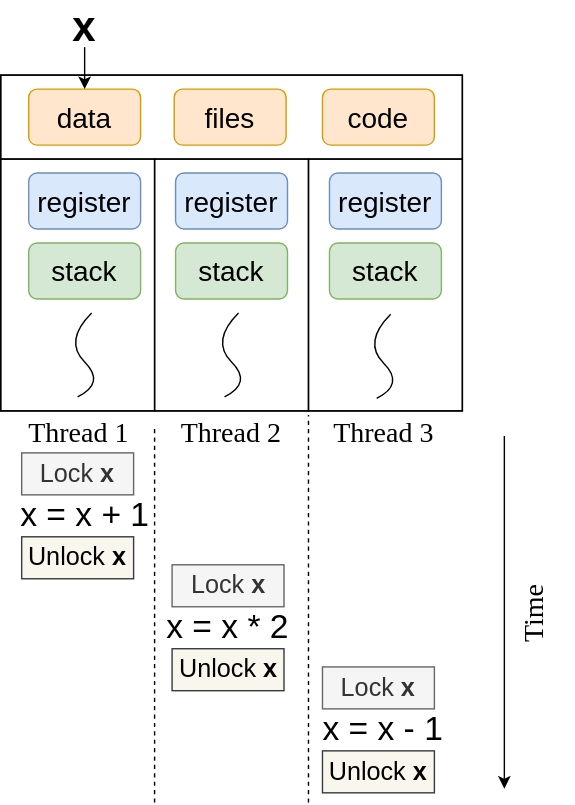
This is img/ch-intro/thread-lock.svg from godaai/scale-py-zh, a draw.io export, as it was before one commit. Source tidied: cells renumbered, new cells last; positions are measured from the earlier drawing's top-left corner, leaving out a move shared by most shapes.
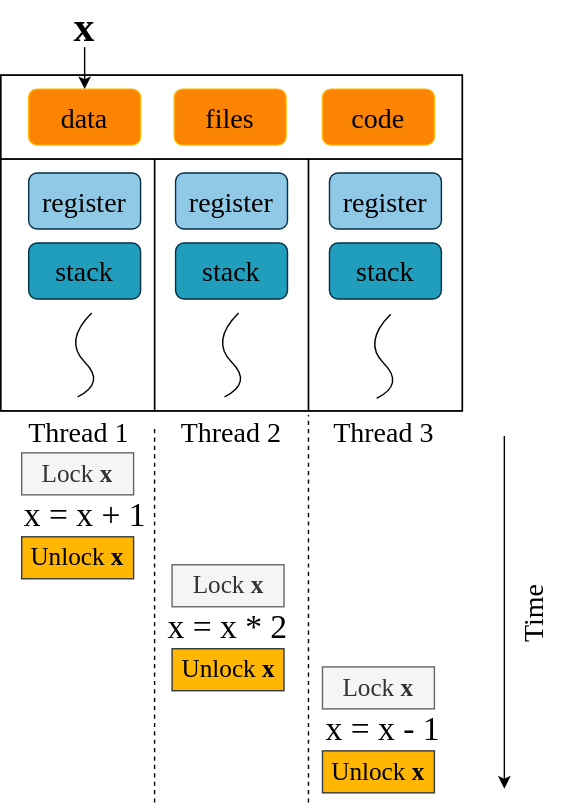
The same diagram one commit later.

The edit, as a diff of the source:
```diff
@@ -2,25 +2,25 @@
   <root>
     <mxCell id="0" />
     <mxCell id="1" parent="0" />
-    <mxCell id="2" style="rounded=0;whiteSpace=wrap;html=1;fontSize=18;fillColor=none;" parent="1" vertex="1">
+    <mxCell id="2" style="rounded=0;whiteSpace=wrap;html=1;fontSize=18;fillColor=none;fontFamily=Times New Roman;" parent="1" vertex="1">
       <mxGeometry x="220" y="110" width="110" height="180" as="geometry" />
     </mxCell>
-    <mxCell id="3" style="rounded=0;whiteSpace=wrap;html=1;fontSize=18;fillColor=none;" parent="1" vertex="1">
+    <mxCell id="3" style="rounded=0;whiteSpace=wrap;html=1;fontSize=18;fillColor=none;fontFamily=Times New Roman;" parent="1" vertex="1">
       <mxGeometry y="110" width="110" height="180" as="geometry" />
     </mxCell>
-    <mxCell id="4" style="rounded=0;whiteSpace=wrap;html=1;fillColor=none;" parent="1" vertex="1">
+    <mxCell id="4" style="rounded=0;whiteSpace=wrap;html=1;fillColor=none;fontFamily=Times New Roman;" parent="1" vertex="1">
       <mxGeometry y="50" width="330" height="240" as="geometry" />
     </mxCell>
-    <mxCell id="5" style="rounded=0;whiteSpace=wrap;html=1;fillColor=none;" parent="1" vertex="1">
+    <mxCell id="5" style="rounded=0;whiteSpace=wrap;html=1;fillColor=none;fontFamily=Times New Roman;" parent="1" vertex="1">
       <mxGeometry y="50" width="330" height="60" as="geometry" />
     </mxCell>
-    <mxCell id="6" value="data" style="rounded=1;whiteSpace=wrap;html=1;fillColor=#ffe6cc;strokeColor=#d79b00;fontSize=20;" parent="1" vertex="1">
+    <mxCell id="6" value="data" style="rounded=1;whiteSpace=wrap;html=1;fillColor=#FB8402;strokeColor=#FFB703;fontSize=20;fontFamily=Times New Roman;" parent="1" vertex="1">
       <mxGeometry x="20" y="60" width="80" height="40" as="geometry" />
     </mxCell>
-    <mxCell id="7" value="files" style="rounded=1;whiteSpace=wrap;html=1;fillColor=#ffe6cc;strokeColor=#d79b00;fontSize=20;" parent="1" vertex="1">
+    <mxCell id="7" value="files" style="rounded=1;whiteSpace=wrap;html=1;fillColor=#FB8402;strokeColor=#FFB703;fontSize=20;fontFamily=Times New Roman;" parent="1" vertex="1">
       <mxGeometry x="124" y="60" width="80" height="40" as="geometry" />
     </mxCell>
-    <mxCell id="8" style="curved=1;endArrow=none;html=1;rounded=0;fontSize=18;endFill=0;" parent="1" edge="1">
+    <mxCell id="8" style="curved=1;endArrow=none;html=1;rounded=0;fontSize=18;endFill=0;fontFamily=Times New Roman;" parent="1" edge="1">
       <mxGeometry x="0.54" y="-7" relative="1" as="geometry">
         <mxPoint x="55" y="280" as="sourcePoint" />
         <mxPoint x="65" y="220" as="targetPoint" />
@@ -30,13 +30,13 @@
         </Array>
       </mxGeometry>
     </mxCell>
-    <mxCell id="9" value="code" style="rounded=1;whiteSpace=wrap;html=1;fillColor=#ffe6cc;strokeColor=#d79b00;fontSize=20;" parent="1" vertex="1">
+    <mxCell id="9" value="code" style="rounded=1;whiteSpace=wrap;html=1;fillColor=#FB8402;strokeColor=#FFB703;fontSize=20;fontFamily=Times New Roman;" parent="1" vertex="1">
       <mxGeometry x="230" y="60" width="80" height="40" as="geometry" />
     </mxCell>
-    <mxCell id="10" style="rounded=0;whiteSpace=wrap;html=1;fontSize=18;fillColor=none;" parent="1" vertex="1">
+    <mxCell id="10" style="rounded=0;whiteSpace=wrap;html=1;fontSize=18;fillColor=none;fontFamily=Times New Roman;" parent="1" vertex="1">
       <mxGeometry x="110" y="110" width="110" height="180" as="geometry" />
     </mxCell>
-    <mxCell id="11" style="curved=1;endArrow=none;html=1;rounded=0;fontSize=18;endFill=0;" parent="1" edge="1">
+    <mxCell id="11" style="curved=1;endArrow=none;html=1;rounded=0;fontSize=18;endFill=0;fontFamily=Times New Roman;" parent="1" edge="1">
       <mxGeometry x="0.57" y="-6" relative="1" as="geometry">
         <mxPoint x="160" y="280" as="sourcePoint" />
         <mxPoint x="170" y="220" as="targetPoint" />
@@ -46,7 +46,7 @@
         </Array>
       </mxGeometry>
     </mxCell>
-    <mxCell id="12" style="curved=1;endArrow=none;html=1;rounded=0;fontSize=18;endFill=0;" parent="1" edge="1">
+    <mxCell id="12" style="curved=1;endArrow=none;html=1;rounded=0;fontSize=18;endFill=0;fontFamily=Times New Roman;" parent="1" edge="1">
       <mxGeometry relative="1" as="geometry">
         <mxPoint x="268.8" y="281" as="sourcePoint" />
         <mxPoint x="278.8" y="221" as="targetPoint" />
@@ -56,85 +56,85 @@
         </Array>
       </mxGeometry>
     </mxCell>
-    <mxCell id="13" value="register" style="rounded=1;whiteSpace=wrap;html=1;fontSize=20;fillColor=#dae8fc;strokeColor=#6c8ebf;" parent="1" vertex="1">
+    <mxCell id="13" value="register" style="rounded=1;whiteSpace=wrap;html=1;fontSize=20;fillColor=#90C9E6;strokeColor=#023047;fontFamily=Times New Roman;" parent="1" vertex="1">
       <mxGeometry x="20" y="120" width="80" height="40" as="geometry" />
     </mxCell>
-    <mxCell id="14" value="register" style="rounded=1;whiteSpace=wrap;html=1;fontSize=20;fillColor=#dae8fc;strokeColor=#6c8ebf;" parent="1" vertex="1">
+    <mxCell id="14" value="register" style="rounded=1;whiteSpace=wrap;html=1;fontSize=20;fillColor=#90C9E6;strokeColor=#023047;fontFamily=Times New Roman;" parent="1" vertex="1">
       <mxGeometry x="125" y="120" width="80" height="40" as="geometry" />
     </mxCell>
-    <mxCell id="15" value="register" style="rounded=1;whiteSpace=wrap;html=1;fontSize=20;fillColor=#dae8fc;strokeColor=#6c8ebf;" parent="1" vertex="1">
+    <mxCell id="15" value="register" style="rounded=1;whiteSpace=wrap;html=1;fontSize=20;fillColor=#90C9E6;strokeColor=#023047;fontFamily=Times New Roman;" parent="1" vertex="1">
       <mxGeometry x="235" y="120" width="80" height="40" as="geometry" />
     </mxCell>
-    <mxCell id="16" value="stack" style="rounded=1;whiteSpace=wrap;html=1;fontSize=20;fillColor=#d5e8d4;strokeColor=#82b366;" parent="1" vertex="1">
+    <mxCell id="16" value="stack" style="rounded=1;whiteSpace=wrap;html=1;fontSize=20;fillColor=#219EBC;strokeColor=#023047;fontFamily=Times New Roman;" parent="1" vertex="1">
       <mxGeometry x="20" y="170" width="80" height="40" as="geometry" />
     </mxCell>
-    <mxCell id="17" value="stack" style="rounded=1;whiteSpace=wrap;html=1;fontSize=20;fillColor=#d5e8d4;strokeColor=#82b366;" parent="1" vertex="1">
+    <mxCell id="17" value="stack" style="rounded=1;whiteSpace=wrap;html=1;fontSize=20;fillColor=#219EBC;strokeColor=#023047;fontFamily=Times New Roman;" parent="1" vertex="1">
       <mxGeometry x="125" y="170" width="80" height="40" as="geometry" />
     </mxCell>
-    <mxCell id="18" value="stack" style="rounded=1;whiteSpace=wrap;html=1;fontSize=20;fillColor=#d5e8d4;strokeColor=#82b366;" parent="1" vertex="1">
+    <mxCell id="18" value="stack" style="rounded=1;whiteSpace=wrap;html=1;fontSize=20;fillColor=#219EBC;strokeColor=#023047;fontFamily=Times New Roman;" parent="1" vertex="1">
       <mxGeometry x="235" y="170" width="80" height="40" as="geometry" />
     </mxCell>
-    <mxCell id="19" value="&lt;font size=&quot;1&quot; style=&quot;&quot;&gt;&lt;b style=&quot;font-size: 30px;&quot;&gt;x&lt;/b&gt;&lt;/font&gt;" style="text;html=1;strokeColor=none;fillColor=none;align=center;verticalAlign=middle;whiteSpace=wrap;rounded=0;" parent="1" vertex="1">
+    <mxCell id="19" value="&lt;font size=&quot;1&quot; style=&quot;&quot;&gt;&lt;b style=&quot;font-size: 30px;&quot;&gt;x&lt;/b&gt;&lt;/font&gt;" style="text;html=1;strokeColor=none;fillColor=none;align=center;verticalAlign=middle;whiteSpace=wrap;rounded=0;fontFamily=Times New Roman;" parent="1" vertex="1">
       <mxGeometry x="30" width="60" height="30" as="geometry" />
     </mxCell>
-    <mxCell id="20" style="endArrow=classic;html=1;rounded=0;fontSize=24;exitX=0.5;exitY=1;exitDx=0;exitDy=0;" parent="1" edge="1" source="19" target="6">
+    <mxCell id="20" style="endArrow=classic;html=1;rounded=0;fontSize=24;exitX=0.5;exitY=1;exitDx=0;exitDy=0;fontFamily=Times New Roman;" parent="1" edge="1" source="19" target="6">
       <mxGeometry relative="1" as="geometry" />
     </mxCell>
-    <mxCell id="21" value="x = x + 1" style="text;html=1;strokeColor=none;fillColor=none;align=center;verticalAlign=middle;whiteSpace=wrap;rounded=0;fontSize=24;" parent="1" vertex="1">
+    <mxCell id="21" value="x = x + 1" style="text;html=1;strokeColor=none;fillColor=none;align=center;verticalAlign=middle;whiteSpace=wrap;rounded=0;fontSize=24;fontFamily=Times New Roman;" parent="1" vertex="1">
       <mxGeometry x="12.5" y="350" width="95" height="30" as="geometry" />
     </mxCell>
-    <mxCell id="22" value="x = x * 2" style="text;html=1;strokeColor=none;fillColor=none;align=center;verticalAlign=middle;whiteSpace=wrap;rounded=0;fontSize=24;" parent="1" vertex="1">
+    <mxCell id="22" value="x = x * 2" style="text;html=1;strokeColor=none;fillColor=none;align=center;verticalAlign=middle;whiteSpace=wrap;rounded=0;fontSize=24;fontFamily=Times New Roman;" parent="1" vertex="1">
       <mxGeometry x="115" y="430" width="95" height="30" as="geometry" />
     </mxCell>
-    <mxCell id="23" value="x = x - 1" style="text;html=1;strokeColor=none;fillColor=none;align=center;verticalAlign=middle;whiteSpace=wrap;rounded=0;fontSize=24;" parent="1" vertex="1">
+    <mxCell id="23" value="x = x - 1" style="text;html=1;strokeColor=none;fillColor=none;align=center;verticalAlign=middle;whiteSpace=wrap;rounded=0;fontSize=24;fontFamily=Times New Roman;" parent="1" vertex="1">
       <mxGeometry x="226.2" y="503" width="95" height="30" as="geometry" />
     </mxCell>
-    <mxCell id="24" style="endArrow=classic;html=1;rounded=0;fontSize=24;" parent="1" edge="1">
+    <mxCell id="24" style="endArrow=classic;html=1;rounded=0;fontSize=24;fontFamily=Times New Roman;" parent="1" edge="1">
       <mxGeometry relative="1" as="geometry">
         <mxPoint x="360" y="308" as="sourcePoint" />
         <mxPoint x="360" y="560" as="targetPoint" />
       </mxGeometry>
     </mxCell>
-    <mxCell id="25" style="endArrow=none;dashed=1;html=1;rounded=0;fontSize=24;" parent="1" edge="1">
+    <mxCell id="25" style="endArrow=none;dashed=1;html=1;rounded=0;fontSize=24;fontFamily=Times New Roman;" parent="1" edge="1">
       <mxGeometry relative="1" as="geometry">
         <mxPoint x="110" y="570" as="sourcePoint" />
         <mxPoint x="110" y="301" as="targetPoint" />
       </mxGeometry>
     </mxCell>
-    <mxCell id="26" style="endArrow=none;dashed=1;html=1;rounded=0;fontSize=24;" parent="1" edge="1">
+    <mxCell id="26" style="endArrow=none;dashed=1;html=1;rounded=0;fontSize=24;fontFamily=Times New Roman;" parent="1" edge="1">
       <mxGeometry relative="1" as="geometry">
         <mxPoint x="220" y="570" as="sourcePoint" />
         <mxPoint x="220" y="293" as="targetPoint" />
       </mxGeometry>
     </mxCell>
-    <mxCell id="27" value="&lt;font style=&quot;font-size: 20px;&quot; face=&quot;Tahoma&quot;&gt;Thread 1&lt;/font&gt;" style="text;html=1;strokeColor=none;fillColor=none;align=center;verticalAlign=middle;whiteSpace=wrap;rounded=0;fontSize=24;" parent="1" vertex="1">
+    <mxCell id="27" value="&lt;font style=&quot;font-size: 20px;&quot;&gt;Thread 1&lt;/font&gt;" style="text;html=1;strokeColor=none;fillColor=none;align=center;verticalAlign=middle;whiteSpace=wrap;rounded=0;fontSize=24;fontFamily=Times New Roman;" parent="1" vertex="1">
       <mxGeometry x="6.2" y="290" width="100" height="30" as="geometry" />
     </mxCell>
-    <mxCell id="28" value="&lt;font style=&quot;font-size: 20px;&quot; face=&quot;Tahoma&quot;&gt;Thread 2&lt;/font&gt;" style="text;html=1;strokeColor=none;fillColor=none;align=center;verticalAlign=middle;whiteSpace=wrap;rounded=0;fontSize=24;" parent="1" vertex="1">
+    <mxCell id="28" value="&lt;font style=&quot;font-size: 20px;&quot;&gt;Thread 2&lt;/font&gt;" style="text;html=1;strokeColor=none;fillColor=none;align=center;verticalAlign=middle;whiteSpace=wrap;rounded=0;fontSize=24;fontFamily=Times New Roman;" parent="1" vertex="1">
       <mxGeometry x="115" y="290" width="100" height="30" as="geometry" />
     </mxCell>
-    <mxCell id="29" value="&lt;font style=&quot;font-size: 20px;&quot; face=&quot;Tahoma&quot;&gt;Thread 3&lt;/font&gt;" style="text;html=1;strokeColor=none;fillColor=none;align=center;verticalAlign=middle;whiteSpace=wrap;rounded=0;fontSize=24;" parent="1" vertex="1">
+    <mxCell id="29" value="&lt;font style=&quot;font-size: 20px;&quot;&gt;Thread 3&lt;/font&gt;" style="text;html=1;strokeColor=none;fillColor=none;align=center;verticalAlign=middle;whiteSpace=wrap;rounded=0;fontSize=24;fontFamily=Times New Roman;" parent="1" vertex="1">
       <mxGeometry x="223.8" y="290" width="100" height="30" as="geometry" />
     </mxCell>
-    <mxCell id="30" value="Time" style="text;html=1;strokeColor=none;fillColor=none;align=center;verticalAlign=middle;whiteSpace=wrap;rounded=0;fontFamily=Tahoma;fontSize=20;horizontal=0;" parent="1" vertex="1">
+    <mxCell id="30" value="Time" style="text;html=1;strokeColor=none;fillColor=none;align=center;verticalAlign=middle;whiteSpace=wrap;rounded=0;fontFamily=Times New Roman;fontSize=20;horizontal=0;" parent="1" vertex="1">
       <mxGeometry x="350" y="420" width="60" height="30" as="geometry" />
     </mxCell>
-    <mxCell id="31" value="&lt;font style=&quot;font-size: 18px;&quot;&gt;Lock &lt;b&gt;x&lt;/b&gt;&lt;/font&gt;" style="rounded=0;whiteSpace=wrap;html=1;fillColor=#f5f5f5;fontColor=#333333;strokeColor=#666666;" parent="1" vertex="1">
+    <mxCell id="31" value="&lt;font style=&quot;font-size: 18px;&quot;&gt;Lock &lt;b&gt;x&lt;/b&gt;&lt;/font&gt;" style="rounded=0;whiteSpace=wrap;html=1;fillColor=#f5f5f5;fontColor=#333333;strokeColor=#666666;fontFamily=Times New Roman;" parent="1" vertex="1">
       <mxGeometry x="15" y="320" width="80" height="30" as="geometry" />
     </mxCell>
-    <mxCell id="32" value="&lt;font style=&quot;font-size: 18px;&quot;&gt;Unlock &lt;b&gt;x&lt;/b&gt;&lt;/font&gt;" style="rounded=0;whiteSpace=wrap;html=1;fillColor=#f9f7ed;strokeColor=#36393d;" parent="1" vertex="1">
+    <mxCell id="32" value="&lt;font style=&quot;font-size: 18px;&quot;&gt;Unlock &lt;b&gt;x&lt;/b&gt;&lt;/font&gt;" style="rounded=0;whiteSpace=wrap;html=1;fillColor=#FFB703;strokeColor=#36393d;fontFamily=Times New Roman;" parent="1" vertex="1">
       <mxGeometry x="15" y="380" width="80" height="30" as="geometry" />
     </mxCell>
-    <mxCell id="33" value="&lt;font style=&quot;font-size: 18px;&quot;&gt;Lock &lt;b&gt;x&lt;/b&gt;&lt;/font&gt;" style="rounded=0;whiteSpace=wrap;html=1;fillColor=#f5f5f5;fontColor=#333333;strokeColor=#666666;" parent="1" vertex="1">
+    <mxCell id="33" value="&lt;font style=&quot;font-size: 18px;&quot;&gt;Lock &lt;b&gt;x&lt;/b&gt;&lt;/font&gt;" style="rounded=0;whiteSpace=wrap;html=1;fillColor=#f5f5f5;fontColor=#333333;strokeColor=#666666;fontFamily=Times New Roman;" parent="1" vertex="1">
       <mxGeometry x="122.5" y="400" width="80" height="30" as="geometry" />
     </mxCell>
-    <mxCell id="34" value="&lt;font style=&quot;font-size: 18px;&quot;&gt;Unlock &lt;b&gt;x&lt;/b&gt;&lt;/font&gt;" style="rounded=0;whiteSpace=wrap;html=1;fillColor=#f9f7ed;strokeColor=#36393d;" parent="1" vertex="1">
+    <mxCell id="34" value="&lt;font style=&quot;font-size: 18px;&quot;&gt;Unlock &lt;b&gt;x&lt;/b&gt;&lt;/font&gt;" style="rounded=0;whiteSpace=wrap;html=1;fillColor=#FFB703;strokeColor=#36393d;fontFamily=Times New Roman;" parent="1" vertex="1">
       <mxGeometry x="122.5" y="460" width="80" height="30" as="geometry" />
     </mxCell>
-    <mxCell id="35" value="&lt;font style=&quot;font-size: 18px;&quot;&gt;Lock &lt;b&gt;x&lt;/b&gt;&lt;/font&gt;" style="rounded=0;whiteSpace=wrap;html=1;fillColor=#f5f5f5;fontColor=#333333;strokeColor=#666666;" parent="1" vertex="1">
+    <mxCell id="35" value="&lt;font style=&quot;font-size: 18px;&quot;&gt;Lock &lt;b&gt;x&lt;/b&gt;&lt;/font&gt;" style="rounded=0;whiteSpace=wrap;html=1;fillColor=#f5f5f5;fontColor=#333333;strokeColor=#666666;fontFamily=Times New Roman;" parent="1" vertex="1">
       <mxGeometry x="230" y="473" width="80" height="30" as="geometry" />
     </mxCell>
-    <mxCell id="36" value="&lt;font style=&quot;font-size: 18px;&quot;&gt;Unlock &lt;b&gt;x&lt;/b&gt;&lt;/font&gt;" style="rounded=0;whiteSpace=wrap;html=1;fillColor=#f9f7ed;strokeColor=#36393d;" parent="1" vertex="1">
+    <mxCell id="36" value="&lt;font style=&quot;font-size: 18px;&quot;&gt;Unlock &lt;b&gt;x&lt;/b&gt;&lt;/font&gt;" style="rounded=0;whiteSpace=wrap;html=1;fillColor=#FFB703;strokeColor=#36393d;fontFamily=Times New Roman;" parent="1" vertex="1">
       <mxGeometry x="230" y="533" width="80" height="30" as="geometry" />
     </mxCell>
   </root>
```
